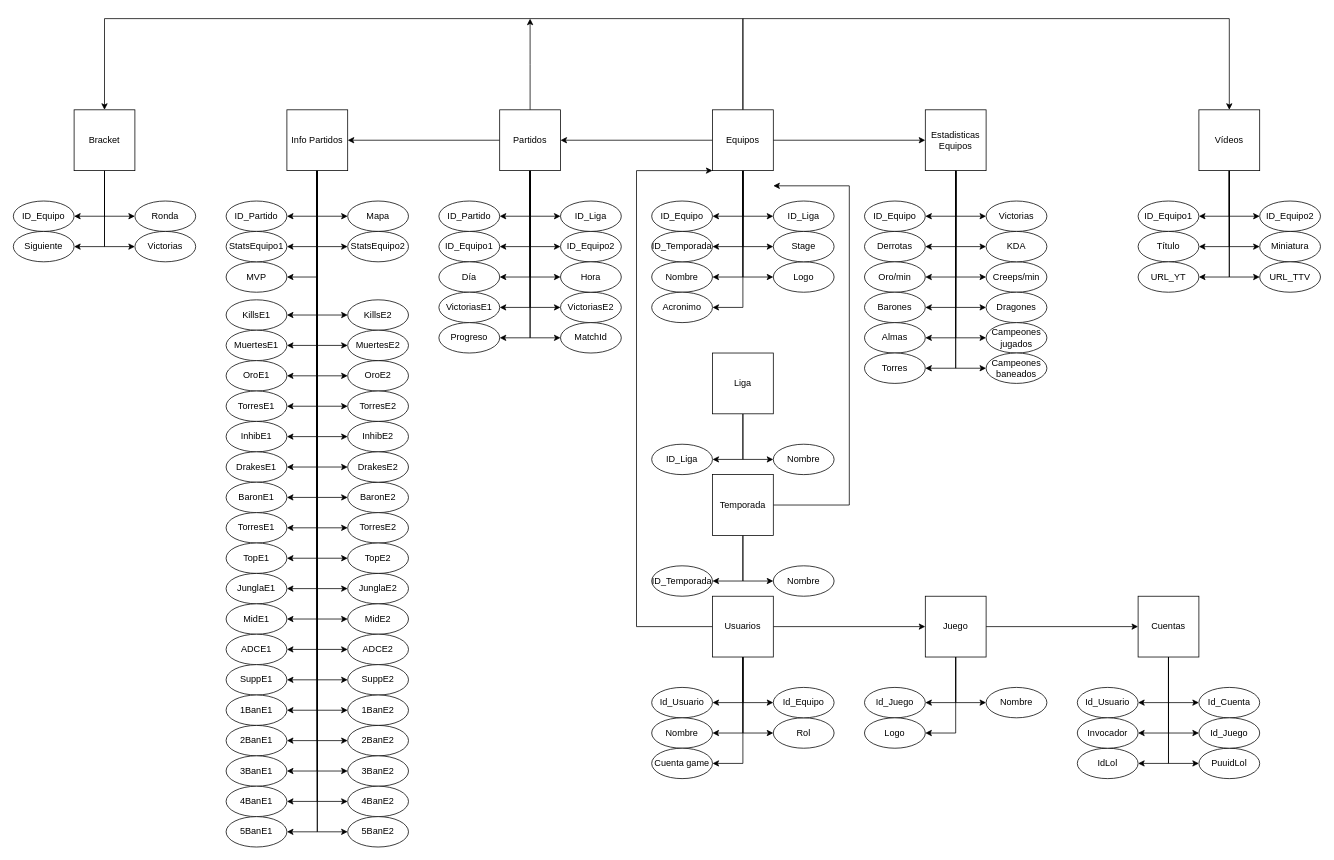
Before: Chaos.drawio in meeeww/chaos_server, a draw.io diagram. Source tidied: cells renumbered, new cells numbered last; positions are measured from the earlier drawing's top-left corner, leaving out a move shared by most shapes. Both pictures are drawn from the tidied source at 76%, with x=0, y=0 at pixel (13, 18).
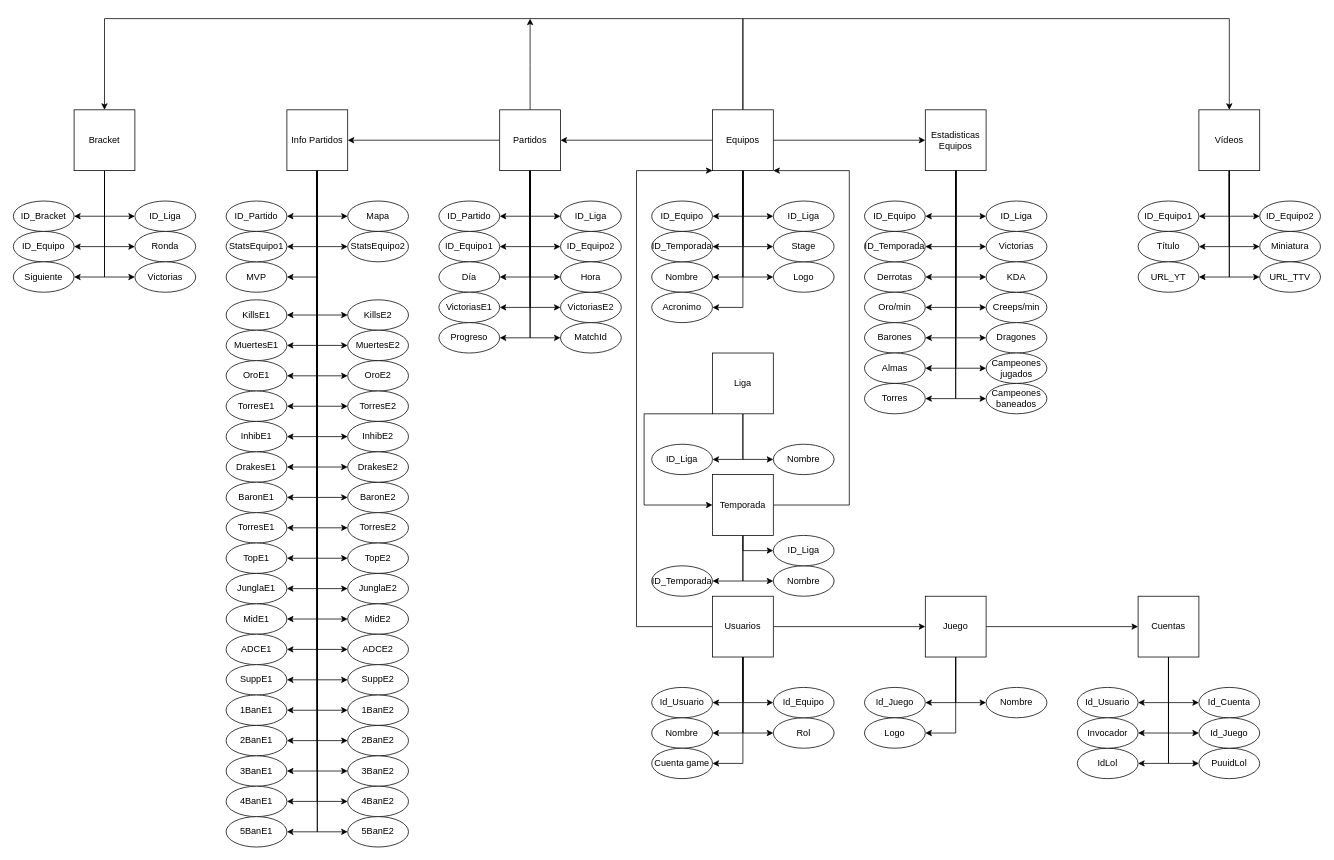
The same page after the edit.

Commit message:
Update diagrama BBDD

The change refers to these unchanged cells:
```xml
<mxCell id="32" value="Estadisticas&lt;br&gt;Equipos" style="whiteSpace=wrap;html=1;" parent="1" vertex="1">
  <mxGeometry x="1200" y="120" width="80" height="80" as="geometry" />
</mxCell>
<mxCell id="166" value="Bracket" style="whiteSpace=wrap;html=1;" parent="1" vertex="1">
  <mxGeometry x="80" y="120" width="80" height="80" as="geometry" />
</mxCell>
<mxCell id="174" value="Temporada" style="whiteSpace=wrap;html=1;" parent="1" vertex="1">
  <mxGeometry x="920" y="600" width="80" height="80" as="geometry" />
</mxCell>
<mxCell id="215" value="Liga" style="whiteSpace=wrap;html=1;" parent="1" vertex="1">
  <mxGeometry x="920" y="440" width="80" height="80" as="geometry" />
</mxCell>
```

Diff of the diagram source:
```diff
@@
+    <mxCell id="219" style="edgeStyle=orthogonalEdgeStyle;rounded=0;jettySize=auto;html=1;entryX=0;entryY=0.5;entryDx=0;entryDy=0;" parent="1" edge="1" source="32" target="227">
+      <mxGeometry relative="1" as="geometry" />
+    </mxCell>
+    <mxCell id="220" style="edgeStyle=orthogonalEdgeStyle;rounded=0;jettySize=auto;html=1;entryX=1;entryY=0.5;entryDx=0;entryDy=0;" parent="1" edge="1" source="32" target="228">
+      <mxGeometry relative="1" as="geometry" />
+    </mxCell>
@@
     <mxCell id="34" value="Victorias" style="ellipse;whiteSpace=wrap;html=1;" parent="1" vertex="1">
-      <mxGeometry x="1280" y="240" width="80" height="40" as="geometry" />
+      <mxGeometry x="1280" y="280" width="80" height="40" as="geometry" />
     </mxCell>
     <mxCell id="35" value="Derrotas" style="ellipse;whiteSpace=wrap;html=1;" parent="1" vertex="1">
-      <mxGeometry x="1120" y="280" width="80" height="40" as="geometry" />
+      <mxGeometry x="1120" y="320" width="80" height="40" as="geometry" />
     </mxCell>
     <mxCell id="36" value="Creeps/min" style="ellipse;whiteSpace=wrap;html=1;" parent="1" vertex="1">
-      <mxGeometry x="1280" y="320" width="80" height="40" as="geometry" />
+      <mxGeometry x="1280" y="360" width="80" height="40" as="geometry" />
     </mxCell>
     <mxCell id="37" value="Oro/min" style="ellipse;whiteSpace=wrap;html=1;" parent="1" vertex="1">
-      <mxGeometry x="1120" y="320" width="80" height="40" as="geometry" />
+      <mxGeometry x="1120" y="360" width="80" height="40" as="geometry" />
     </mxCell>
     <mxCell id="38" value="KDA" style="ellipse;whiteSpace=wrap;html=1;" parent="1" vertex="1">
-      <mxGeometry x="1280" y="280" width="80" height="40" as="geometry" />
+      <mxGeometry x="1280" y="320" width="80" height="40" as="geometry" />
     </mxCell>
     <mxCell id="39" value="Barones" style="ellipse;whiteSpace=wrap;html=1;" parent="1" vertex="1">
-      <mxGeometry x="1120" y="360" width="80" height="40" as="geometry" />
+      <mxGeometry x="1120" y="400" width="80" height="40" as="geometry" />
     </mxCell>
     <mxCell id="40" value="Dragones" style="ellipse;whiteSpace=wrap;html=1;" parent="1" vertex="1">
-      <mxGeometry x="1280" y="360" width="80" height="40" as="geometry" />
+      <mxGeometry x="1280" y="400" width="80" height="40" as="geometry" />
     </mxCell>
     <mxCell id="41" value="Almas" style="ellipse;whiteSpace=wrap;html=1;" parent="1" vertex="1">
-      <mxGeometry x="1120" y="400" width="80" height="40" as="geometry" />
+      <mxGeometry x="1120" y="440" width="80" height="40" as="geometry" />
     </mxCell>
     <mxCell id="42" value="Torres" style="ellipse;whiteSpace=wrap;html=1;" parent="1" vertex="1">
-      <mxGeometry x="1120" y="440" width="80" height="40" as="geometry" />
+      <mxGeometry x="1120" y="480" width="80" height="40" as="geometry" />
     </mxCell>
     <mxCell id="43" value="Campeones jugados" style="ellipse;whiteSpace=wrap;html=1;" parent="1" vertex="1">
-      <mxGeometry x="1280" y="400" width="80" height="40" as="geometry" />
+      <mxGeometry x="1280" y="440" width="80" height="40" as="geometry" />
     </mxCell>
     <mxCell id="44" value="Campeones baneados" style="ellipse;whiteSpace=wrap;html=1;" parent="1" vertex="1">
-      <mxGeometry x="1280" y="440" width="80" height="40" as="geometry" />
+      <mxGeometry x="1280" y="480" width="80" height="40" as="geometry" />
     </mxCell>
@@
+    <mxCell id="221" style="edgeStyle=orthogonalEdgeStyle;rounded=0;jettySize=auto;html=1;entryX=0;entryY=0.5;entryDx=0;entryDy=0;" parent="1" edge="1" source="166" target="225">
+      <mxGeometry relative="1" as="geometry" />
+    </mxCell>
+    <mxCell id="222" style="edgeStyle=orthogonalEdgeStyle;rounded=0;jettySize=auto;html=1;entryX=1;entryY=0.5;entryDx=0;entryDy=0;" parent="1" edge="1" source="166" target="226">
+      <mxGeometry relative="1" as="geometry" />
+    </mxCell>
@@
     <mxCell id="167" value="Ronda" style="ellipse;whiteSpace=wrap;html=1;" parent="1" vertex="1">
-      <mxGeometry x="160" y="240" width="80" height="40" as="geometry" />
+      <mxGeometry x="160" y="280" width="80" height="40" as="geometry" />
     </mxCell>
     <mxCell id="168" value="ID_Equipo" style="ellipse;whiteSpace=wrap;html=1;" parent="1" vertex="1">
-      <mxGeometry y="240" width="80" height="40" as="geometry" />
+      <mxGeometry y="280" width="80" height="40" as="geometry" />
     </mxCell>
     <mxCell id="169" value="Siguiente" style="ellipse;whiteSpace=wrap;html=1;" parent="1" vertex="1">
-      <mxGeometry y="280" width="80" height="40" as="geometry" />
+      <mxGeometry y="320" width="80" height="40" as="geometry" />
     </mxCell>
     <mxCell id="170" value="Victorias" style="ellipse;whiteSpace=wrap;html=1;" parent="1" vertex="1">
-      <mxGeometry x="160" y="280" width="80" height="40" as="geometry" />
+      <mxGeometry x="160" y="320" width="80" height="40" as="geometry" />
     </mxCell>
@@
-    <mxCell id="172" style="edgeStyle=orthogonalEdgeStyle;rounded=0;orthogonalLoop=1;jettySize=auto;html=1;entryX=1;entryY=1;entryDx=0;entryDy=0;" parent="1" edge="1">
+    <mxCell id="172" style="edgeStyle=orthogonalEdgeStyle;rounded=0;orthogonalLoop=1;jettySize=auto;html=1;" parent="1" edge="1">
       <mxGeometry relative="1" as="geometry">
         <mxPoint x="1000" y="640" as="sourcePoint" />
-        <mxPoint x="1000" y="220" as="targetPoint" />
+        <mxPoint x="1000" y="200" as="targetPoint" />
         <Array as="points">
           <mxPoint x="1100" y="640" />
-          <mxPoint x="1100" y="220" />
+          <mxPoint x="1100" y="200" />
+          <mxPoint x="1000" y="200" />
         </Array>
       </mxGeometry>
     </mxCell>
@@
+    <mxCell id="223" style="edgeStyle=orthogonalEdgeStyle;rounded=0;jettySize=auto;html=1;entryX=0;entryY=0.5;entryDx=0;entryDy=0;" parent="1" edge="1" source="174" target="229">
+      <mxGeometry relative="1" as="geometry" />
+    </mxCell>
@@
+    <mxCell id="224" style="edgeStyle=orthogonalEdgeStyle;rounded=0;jettySize=auto;html=1;entryX=0;entryY=0.5;entryDx=0;entryDy=0;" parent="1" edge="1" source="215" target="174">
+      <mxGeometry relative="1" as="geometry">
+        <Array as="points">
+          <mxPoint x="830" y="520" />
+          <mxPoint x="830" y="640" />
+        </Array>
+      </mxGeometry>
+    </mxCell>
@@
+    <mxCell id="225" value="ID_Liga" style="ellipse;whiteSpace=wrap;html=1;" parent="1" vertex="1">
+      <mxGeometry x="160" y="240" width="80" height="40" as="geometry" />
+    </mxCell>
+    <mxCell id="226" value="ID_Bracket" style="ellipse;whiteSpace=wrap;html=1;" parent="1" vertex="1">
+      <mxGeometry y="240" width="80" height="40" as="geometry" />
+    </mxCell>
+    <mxCell id="227" value="ID_Liga" style="ellipse;whiteSpace=wrap;html=1;" parent="1" vertex="1">
+      <mxGeometry x="1280" y="240" width="80" height="40" as="geometry" />
+    </mxCell>
+    <mxCell id="228" value="ID_Temporada" style="ellipse;whiteSpace=wrap;html=1;" parent="1" vertex="1">
+      <mxGeometry x="1120" y="280" width="80" height="40" as="geometry" />
+    </mxCell>
+    <mxCell id="229" value="ID_Liga" style="ellipse;whiteSpace=wrap;html=1;" parent="1" vertex="1">
+      <mxGeometry x="1000" y="680" width="80" height="40" as="geometry" />
+    </mxCell>
```
